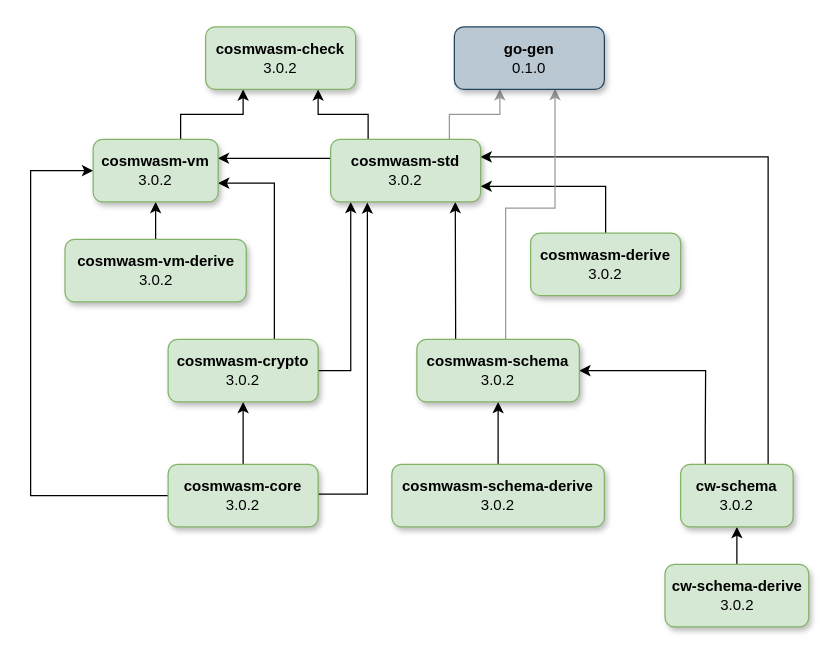
Before: dependencies/cosmwasm-dependencies.drawio in DariuszDepta/cosmwasm-notes, a draw.io diagram. Source tidied: cells renumbered, new cells numbered last; positions are measured from the earlier drawing's top-left corner, leaving out a move shared by most shapes. Both pictures are drawn from the tidied source at 125%, with x=0, y=0 at pixel (30, 26).
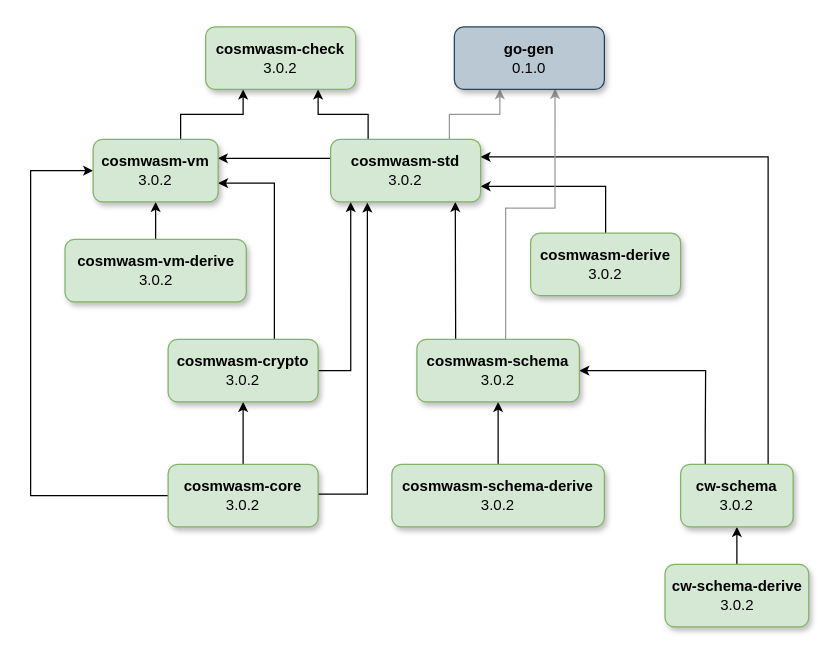
Above is the later version.

The change refers to these unchanged cells:
```xml
<mxCell id="16" value="&lt;b&gt;cosmwasm-std&lt;/b&gt;&lt;br&gt;3.0.2" style="rounded=1;whiteSpace=wrap;html=1;fillColor=#d5e8d4;strokeColor=#82b366;shadow=1;glass=0;" parent="1" vertex="1">
  <mxGeometry x="240" y="90" width="120" height="50" as="geometry" />
</mxCell>
<mxCell id="17" value="&lt;b&gt;cosmwasm-check&lt;/b&gt;&lt;div&gt;3.0.2&lt;/div&gt;" style="rounded=1;whiteSpace=wrap;html=1;fillColor=#d5e8d4;strokeColor=#82b366;shadow=1;" parent="1" vertex="1">
  <mxGeometry x="140" width="120" height="50" as="geometry" />
</mxCell>
<mxCell id="19" value="&lt;b&gt;cosmwasm-schema-derive&lt;/b&gt;&lt;div&gt;3.0.2&lt;/div&gt;" style="rounded=1;whiteSpace=wrap;html=1;fillColor=#d5e8d4;strokeColor=#82b366;shadow=1;glass=0;" parent="1" vertex="1">
  <mxGeometry x="289" y="350" width="170" height="50" as="geometry" />
</mxCell>
<mxCell id="21" value="&lt;b&gt;cosmwasm-vm&lt;/b&gt;&lt;div&gt;3.0.2&lt;/div&gt;" style="rounded=1;whiteSpace=wrap;html=1;fillColor=#d5e8d4;strokeColor=#82b366;shadow=1;glass=0;" parent="1" vertex="1">
  <mxGeometry x="50" y="90" width="100" height="50" as="geometry" />
</mxCell>
<mxCell id="22" value="&lt;b&gt;cosmwasm-vm-derive&lt;/b&gt;&lt;div&gt;3.0.2&lt;/div&gt;" style="rounded=1;whiteSpace=wrap;html=1;fillColor=#d5e8d4;strokeColor=#82b366;shadow=1;glass=0;" parent="1" vertex="1">
  <mxGeometry x="27.5" y="170" width="145" height="50" as="geometry" />
</mxCell>
<mxCell id="24" value="&lt;b&gt;cosmwasm-schema&lt;/b&gt;&lt;div&gt;3.0.2&lt;/div&gt;" style="rounded=1;whiteSpace=wrap;html=1;fillColor=#d5e8d4;strokeColor=#82b366;shadow=1;glass=0;" parent="1" vertex="1">
  <mxGeometry x="309" y="250" width="130" height="50" as="geometry" />
</mxCell>
<mxCell id="25" value="&lt;b&gt;cosmwasm-derive&lt;/b&gt;&lt;br&gt;3.0.2" style="rounded=1;whiteSpace=wrap;html=1;fillColor=#d5e8d4;strokeColor=#82b366;shadow=1;glass=0;" parent="1" vertex="1">
  <mxGeometry x="400" y="165" width="120" height="50" as="geometry" />
</mxCell>
<mxCell id="26" value="&lt;b&gt;cosmwasm-crypto&lt;/b&gt;&lt;br&gt;3.0.2" style="rounded=1;whiteSpace=wrap;html=1;fillColor=#d5e8d4;strokeColor=#82b366;shadow=1;glass=0;" parent="1" vertex="1">
  <mxGeometry x="110" y="250" width="120" height="50" as="geometry" />
</mxCell>
<mxCell id="27" value="&lt;b&gt;cosmwasm-core&lt;/b&gt;&lt;br&gt;3.0.2" style="rounded=1;whiteSpace=wrap;html=1;fillColor=#d5e8d4;strokeColor=#82b366;shadow=1;glass=0;" parent="1" vertex="1">
  <mxGeometry x="110" y="350" width="120" height="50" as="geometry" />
</mxCell>
<mxCell id="28" value="&lt;b&gt;cw-schema&lt;/b&gt;&lt;div&gt;3.0.2&lt;/div&gt;" style="rounded=1;whiteSpace=wrap;html=1;fillColor=#d5e8d4;strokeColor=#82b366;shadow=1;glass=0;" parent="1" vertex="1">
  <mxGeometry x="520" y="350" width="90" height="50" as="geometry" />
</mxCell>
<mxCell id="29" value="&lt;b&gt;cw-schema-derive&lt;/b&gt;&lt;div&gt;3.0.2&lt;/div&gt;" style="rounded=1;whiteSpace=wrap;html=1;fillColor=#d5e8d4;strokeColor=#82b366;shadow=1;glass=0;" parent="1" vertex="1">
  <mxGeometry x="507.5" y="430" width="115" height="50" as="geometry" />
</mxCell>
<mxCell id="30" value="&lt;b&gt;go-gen&lt;/b&gt;&lt;div&gt;0.1.0&lt;/div&gt;" style="rounded=1;whiteSpace=wrap;html=1;fillColor=#bac8d3;strokeColor=#23445d;shadow=1;" parent="1" vertex="1">
  <mxGeometry x="339" width="120" height="50" as="geometry" />
</mxCell>
```

The edit, as a diff of the source:
```diff
@@
-    <mxCell id="2" style="edgeStyle=orthogonalEdgeStyle;rounded=0;jettySize=auto;html=1;entryX=0.5;entryY=1;entryDx=0;entryDy=0;" parent="1" edge="1" source="27" target="26">
+    <mxCell id="2" style="edgeStyle=orthogonalEdgeStyle;rounded=0;jettySize=auto;html=1;entryX=0.5;entryY=1;entryDx=0;entryDy=0;strokeColor=default;align=center;verticalAlign=middle;fontFamily=Helvetica;fontSize=11;fontColor=default;labelBackgroundColor=default;startSize=5;endArrow=classic;endFill=1;endSize=5;curved=0;" parent="1" edge="1" source="27" target="26">
       <mxGeometry relative="1" as="geometry" />
     </mxCell>
-    <mxCell id="3" style="edgeStyle=orthogonalEdgeStyle;rounded=0;jettySize=auto;html=1;entryX=0.831;entryY=1;entryDx=0;entryDy=0;entryPerimeter=0;" parent="1" edge="1" source="24" target="16">
+    <mxCell id="3" style="edgeStyle=orthogonalEdgeStyle;rounded=0;jettySize=auto;html=1;entryX=0.831;entryY=1;entryDx=0;entryDy=0;entryPerimeter=0;strokeColor=default;align=center;verticalAlign=middle;fontFamily=Helvetica;fontSize=11;fontColor=default;labelBackgroundColor=default;startSize=5;endArrow=classic;endFill=1;endSize=5;curved=0;" parent="1" edge="1" source="24" target="16">
       <mxGeometry relative="1" as="geometry">
         <Array as="points">
           <mxPoint x="340" y="240" />
           <mxPoint x="340" y="240" />
         </Array>
       </mxGeometry>
     </mxCell>
-    <mxCell id="4" style="edgeStyle=orthogonalEdgeStyle;rounded=0;jettySize=auto;html=1;entryX=0.245;entryY=1.011;entryDx=0;entryDy=0;entryPerimeter=0;" parent="1" edge="1" target="16">
+    <mxCell id="4" style="edgeStyle=orthogonalEdgeStyle;rounded=0;jettySize=auto;html=1;entryX=0.245;entryY=1.011;entryDx=0;entryDy=0;entryPerimeter=0;strokeColor=default;align=center;verticalAlign=middle;fontFamily=Helvetica;fontSize=11;fontColor=default;labelBackgroundColor=default;startSize=5;endArrow=classic;endFill=1;endSize=5;curved=0;" parent="1" edge="1" target="16">
       <mxGeometry relative="1" as="geometry">
         <mxPoint x="230" y="373.8" as="sourcePoint" />
         <Array as="points">
           <mxPoint x="269" y="374" />
         </Array>
       </mxGeometry>
     </mxCell>
-    <mxCell id="5" style="edgeStyle=orthogonalEdgeStyle;rounded=0;jettySize=auto;html=1;entryX=0.134;entryY=1.003;entryDx=0;entryDy=0;entryPerimeter=0;" parent="1" edge="1" source="26" target="16">
+    <mxCell id="5" style="edgeStyle=orthogonalEdgeStyle;rounded=0;jettySize=auto;html=1;entryX=0.134;entryY=1.003;entryDx=0;entryDy=0;entryPerimeter=0;strokeColor=default;align=center;verticalAlign=middle;fontFamily=Helvetica;fontSize=11;fontColor=default;labelBackgroundColor=default;startSize=5;endArrow=classic;endFill=1;endSize=5;curved=0;" parent="1" edge="1" source="26" target="16">
       <mxGeometry relative="1" as="geometry" />
     </mxCell>
-    <mxCell id="6" style="edgeStyle=orthogonalEdgeStyle;rounded=0;jettySize=auto;html=1;entryX=0.5;entryY=1;entryDx=0;entryDy=0;" parent="1" edge="1" source="29" target="28">
+    <mxCell id="6" style="edgeStyle=orthogonalEdgeStyle;rounded=0;jettySize=auto;html=1;entryX=0.5;entryY=1;entryDx=0;entryDy=0;strokeColor=default;align=center;verticalAlign=middle;fontFamily=Helvetica;fontSize=11;fontColor=default;labelBackgroundColor=default;startSize=5;endArrow=classic;endFill=1;endSize=5;curved=0;" parent="1" edge="1" source="29" target="28">
       <mxGeometry relative="1" as="geometry">
         <Array as="points">
           <mxPoint x="565" y="415" />
           <mxPoint x="565" y="415" />
         </Array>
       </mxGeometry>
     </mxCell>
-    <mxCell id="7" style="edgeStyle=orthogonalEdgeStyle;rounded=0;jettySize=auto;html=1;entryX=1;entryY=0.28;entryDx=0;entryDy=0;entryPerimeter=0;" parent="1" edge="1" source="28" target="16">
+    <mxCell id="7" style="edgeStyle=orthogonalEdgeStyle;rounded=0;jettySize=auto;html=1;entryX=1;entryY=0.28;entryDx=0;entryDy=0;entryPerimeter=0;strokeColor=default;align=center;verticalAlign=middle;fontFamily=Helvetica;fontSize=11;fontColor=default;labelBackgroundColor=default;startSize=5;endArrow=classic;endFill=1;endSize=5;curved=0;" parent="1" edge="1" source="28" target="16">
       <mxGeometry relative="1" as="geometry">
         <Array as="points">
           <mxPoint x="590" y="104" />
         </Array>
       </mxGeometry>
     </mxCell>
-    <mxCell id="8" style="edgeStyle=orthogonalEdgeStyle;rounded=0;jettySize=auto;html=1;exitX=0.219;exitY=0.008;exitDx=0;exitDy=0;exitPerimeter=0;entryX=1;entryY=0.5;entryDx=0;entryDy=0;" parent="1" edge="1" source="28" target="24">
+    <mxCell id="8" style="edgeStyle=orthogonalEdgeStyle;rounded=0;jettySize=auto;html=1;exitX=0.219;exitY=0.008;exitDx=0;exitDy=0;exitPerimeter=0;entryX=1;entryY=0.5;entryDx=0;entryDy=0;strokeColor=default;align=center;verticalAlign=middle;fontFamily=Helvetica;fontSize=11;fontColor=default;labelBackgroundColor=default;startSize=5;endArrow=classic;endFill=1;endSize=5;curved=0;" parent="1" edge="1" source="28" target="24">
       <mxGeometry relative="1" as="geometry">
         <Array as="points">
           <mxPoint x="540" y="325" />
           <mxPoint x="540" y="325" />
           <mxPoint x="540" y="275" />
         </Array>
       </mxGeometry>
     </mxCell>
-    <mxCell id="9" style="edgeStyle=orthogonalEdgeStyle;rounded=0;jettySize=auto;html=1;entryX=1;entryY=0.75;entryDx=0;entryDy=0;exitX=0.5;exitY=0;exitDx=0;exitDy=0;" parent="1" edge="1" source="25" target="16">
+    <mxCell id="9" style="edgeStyle=orthogonalEdgeStyle;rounded=0;jettySize=auto;html=1;entryX=1;entryY=0.75;entryDx=0;entryDy=0;exitX=0.5;exitY=0;exitDx=0;exitDy=0;strokeColor=default;align=center;verticalAlign=middle;fontFamily=Helvetica;fontSize=11;fontColor=default;labelBackgroundColor=default;startSize=5;endArrow=classic;endFill=1;endSize=5;curved=0;" parent="1" edge="1" source="25" target="16">
       <mxGeometry relative="1" as="geometry">
         <Array as="points">
           <mxPoint x="460" y="127" />
         </Array>
       </mxGeometry>
     </mxCell>
-    <mxCell id="10" style="edgeStyle=orthogonalEdgeStyle;rounded=0;jettySize=auto;html=1;entryX=0;entryY=0.5;entryDx=0;entryDy=0;" parent="1" edge="1" source="27" target="21">
+    <mxCell id="10" style="edgeStyle=orthogonalEdgeStyle;rounded=0;jettySize=auto;html=1;entryX=0;entryY=0.5;entryDx=0;entryDy=0;strokeColor=default;align=center;verticalAlign=middle;fontFamily=Helvetica;fontSize=11;fontColor=default;labelBackgroundColor=default;startSize=5;endArrow=classic;endFill=1;endSize=5;curved=0;" parent="1" edge="1" source="27" target="21">
       <mxGeometry relative="1" as="geometry">
         <Array as="points">
           <mxPoint y="375" />
           <mxPoint y="115" />
         </Array>
       </mxGeometry>
     </mxCell>
-    <mxCell id="11" style="edgeStyle=orthogonalEdgeStyle;rounded=0;jettySize=auto;html=1;entryX=0.75;entryY=1;entryDx=0;entryDy=0;" parent="1" edge="1" source="16" target="17">
+    <mxCell id="11" style="edgeStyle=orthogonalEdgeStyle;rounded=0;jettySize=auto;html=1;entryX=0.75;entryY=1;entryDx=0;entryDy=0;strokeColor=default;align=center;verticalAlign=middle;fontFamily=Helvetica;fontSize=11;fontColor=default;labelBackgroundColor=default;startSize=5;endArrow=classic;endFill=1;endSize=5;curved=0;" parent="1" edge="1" source="16" target="17">
       <mxGeometry relative="1" as="geometry">
         <Array as="points">
           <mxPoint x="270" y="70" />
           <mxPoint x="230" y="70" />
         </Array>
       </mxGeometry>
     </mxCell>
-    <mxCell id="12" style="edgeStyle=orthogonalEdgeStyle;rounded=0;jettySize=auto;html=1;curved=0;strokeColor=default;align=center;verticalAlign=middle;fontFamily=Helvetica;fontSize=11;fontColor=default;labelBackgroundColor=default;endArrow=classic;entryX=0.25;entryY=1;entryDx=0;entryDy=0;" parent="1" edge="1" source="21" target="17">
+    <mxCell id="12" style="edgeStyle=orthogonalEdgeStyle;rounded=0;jettySize=auto;html=1;curved=0;strokeColor=default;align=center;verticalAlign=middle;fontFamily=Helvetica;fontSize=11;fontColor=default;labelBackgroundColor=default;endArrow=classic;entryX=0.25;entryY=1;entryDx=0;entryDy=0;endFill=1;startSize=5;endSize=5;" parent="1" edge="1" source="21" target="17">
       <mxGeometry relative="1" as="geometry">
         <Array as="points">
           <mxPoint x="120" y="70" />
           <mxPoint x="170" y="70" />
         </Array>
       </mxGeometry>
     </mxCell>
-    <mxCell id="13" style="edgeStyle=orthogonalEdgeStyle;rounded=0;jettySize=auto;html=1;" parent="1" edge="1" source="26">
+    <mxCell id="13" style="edgeStyle=orthogonalEdgeStyle;rounded=0;jettySize=auto;html=1;strokeColor=default;align=center;verticalAlign=middle;fontFamily=Helvetica;fontSize=11;fontColor=default;labelBackgroundColor=default;startSize=5;endArrow=classic;endFill=1;endSize=5;curved=0;" parent="1" edge="1" source="26">
       <mxGeometry relative="1" as="geometry">
         <mxPoint x="150" y="125" as="targetPoint" />
         <Array as="points">
           <mxPoint x="195" y="125" />
         </Array>
       </mxGeometry>
     </mxCell>
-    <mxCell id="14" style="edgeStyle=orthogonalEdgeStyle;rounded=0;jettySize=auto;html=1;entryX=0.998;entryY=0.303;entryDx=0;entryDy=0;entryPerimeter=0;" parent="1" edge="1" source="16" target="21">
+    <mxCell id="14" style="edgeStyle=orthogonalEdgeStyle;rounded=0;jettySize=auto;html=1;entryX=0.998;entryY=0.303;entryDx=0;entryDy=0;entryPerimeter=0;strokeColor=default;align=center;verticalAlign=middle;fontFamily=Helvetica;fontSize=11;fontColor=default;labelBackgroundColor=default;startSize=5;endArrow=classic;endFill=1;endSize=5;curved=0;" parent="1" edge="1" source="16" target="21">
       <mxGeometry relative="1" as="geometry">
         <Array as="points">
           <mxPoint x="150" y="105" />
         </Array>
       </mxGeometry>
     </mxCell>
-    <mxCell id="15" style="edgeStyle=orthogonalEdgeStyle;rounded=0;jettySize=auto;html=1;entryX=0.303;entryY=0.997;entryDx=0;entryDy=0;strokeColor=#999999;entryPerimeter=0;" parent="1" edge="1" source="16" target="30">
+    <mxCell id="15" style="edgeStyle=orthogonalEdgeStyle;rounded=0;jettySize=auto;html=1;entryX=0.303;entryY=0.997;entryDx=0;entryDy=0;strokeColor=#999999;entryPerimeter=0;startSize=5;endSize=5;" parent="1" edge="1" source="16" target="30">
       <mxGeometry relative="1" as="geometry">
         <Array as="points">
           <mxPoint x="335" y="70" />
           <mxPoint x="375" y="70" />
           <mxPoint x="375" y="50" />
         </Array>
       </mxGeometry>
     </mxCell>
@@
-    <mxCell id="18" style="edgeStyle=orthogonalEdgeStyle;rounded=0;jettySize=auto;html=1;entryX=0.5;entryY=1;entryDx=0;entryDy=0;" parent="1" edge="1" source="19" target="24">
+    <mxCell id="18" style="edgeStyle=orthogonalEdgeStyle;rounded=0;jettySize=auto;html=1;entryX=0.5;entryY=1;entryDx=0;entryDy=0;strokeColor=default;align=center;verticalAlign=middle;fontFamily=Helvetica;fontSize=11;fontColor=default;labelBackgroundColor=default;startSize=5;endArrow=classic;endFill=1;endSize=5;curved=0;" parent="1" edge="1" source="19" target="24">
       <mxGeometry relative="1" as="geometry" />
     </mxCell>
@@
-    <mxCell id="20" style="edgeStyle=orthogonalEdgeStyle;rounded=0;jettySize=auto;html=1;entryX=0.5;entryY=1;entryDx=0;entryDy=0;" parent="1" edge="1" source="22" target="21">
+    <mxCell id="20" style="edgeStyle=orthogonalEdgeStyle;rounded=0;jettySize=auto;html=1;entryX=0.5;entryY=1;entryDx=0;entryDy=0;strokeColor=default;align=center;verticalAlign=middle;fontFamily=Helvetica;fontSize=11;fontColor=default;labelBackgroundColor=default;startSize=5;endArrow=classic;endFill=1;endSize=5;curved=0;" parent="1" edge="1" source="22" target="21">
       <mxGeometry relative="1" as="geometry" />
     </mxCell>
@@
-    <mxCell id="23" style="edgeStyle=orthogonalEdgeStyle;rounded=0;jettySize=auto;html=1;entryX=0.671;entryY=0.994;entryDx=0;entryDy=0;strokeColor=#999999;align=center;verticalAlign=middle;fontFamily=Helvetica;fontSize=11;fontColor=default;labelBackgroundColor=default;endArrow=classic;entryPerimeter=0;" parent="1" edge="1" source="24" target="30">
+    <mxCell id="23" style="edgeStyle=orthogonalEdgeStyle;rounded=0;jettySize=auto;html=1;entryX=0.671;entryY=0.994;entryDx=0;entryDy=0;strokeColor=#999999;align=center;verticalAlign=middle;fontFamily=Helvetica;fontSize=11;fontColor=default;labelBackgroundColor=default;endArrow=classic;entryPerimeter=0;startSize=5;endSize=5;" parent="1" edge="1" source="24" target="30">
       <mxGeometry relative="1" as="geometry">
         <Array as="points">
           <mxPoint x="380" y="145" />
           <mxPoint x="420" y="145" />
           <mxPoint x="420" y="50" />
         </Array>
       </mxGeometry>
     </mxCell>
```
